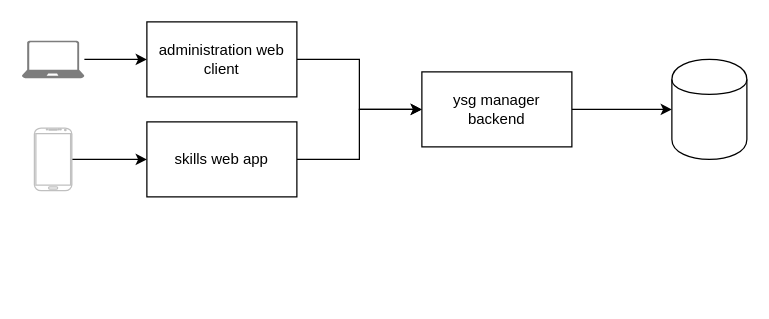
Above: documentation/ysg-manager_system-context-diagram.drawio in lukas99/ysg-manager (draw.io), before the change. Source tidied: cells renumbered, new cells numbered last; positions are measured from the earlier drawing's top-left corner, leaving out a move shared by most shapes. Both pictures are drawn from the tidied source at 125%, with x=0, y=0 at pixel (21, 21).
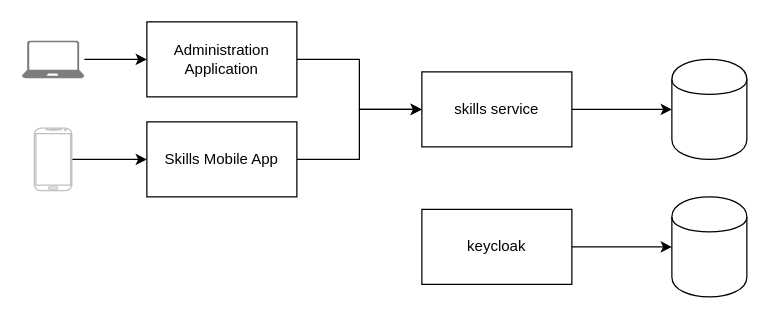
After the change.

Commit message (it also covers changes not shown here):
update system context diagram and add jpg file

The edit, as a diff of the source:
```diff
@@
 <mxGraphModel>
   <root>
     <mxCell id="0" />
     <mxCell id="1" parent="0" />
     <mxCell id="2" style="edgeStyle=orthogonalEdgeStyle;rounded=0;jettySize=auto;html=1;" parent="1" edge="1" source="3" target="8">
       <mxGeometry relative="1" as="geometry" />
     </mxCell>
-    <mxCell id="3" value="ysg manager backend" style="rounded=0;whiteSpace=wrap;html=1;" parent="1" vertex="1">
+    <mxCell id="3" value="skills service&lt;br&gt;" style="rounded=0;whiteSpace=wrap;html=1;" parent="1" vertex="1">
       <mxGeometry x="320" y="40" width="120" height="60" as="geometry" />
     </mxCell>
     <mxCell id="4" style="edgeStyle=orthogonalEdgeStyle;rounded=0;jettySize=auto;html=1;" parent="1" edge="1" source="5" target="3">
       <mxGeometry relative="1" as="geometry" />
     </mxCell>
-    <mxCell id="5" value="administration web client&lt;br&gt;" style="rounded=0;whiteSpace=wrap;html=1;" parent="1" vertex="1">
+    <mxCell id="5" value="Administration Application&lt;br&gt;" style="rounded=0;whiteSpace=wrap;html=1;" parent="1" vertex="1">
       <mxGeometry x="100" width="120" height="60" as="geometry" />
     </mxCell>
     <mxCell id="6" style="edgeStyle=orthogonalEdgeStyle;rounded=0;jettySize=auto;html=1;" parent="1" edge="1" source="7" target="3">
       <mxGeometry relative="1" as="geometry" />
     </mxCell>
-    <mxCell id="7" value="skills web app" style="rounded=0;whiteSpace=wrap;html=1;" parent="1" vertex="1">
+    <mxCell id="7" value="Skills Mobile App" style="rounded=0;whiteSpace=wrap;html=1;" parent="1" vertex="1">
       <mxGeometry x="100" y="80" width="120" height="60" as="geometry" />
     </mxCell>
     <mxCell id="8" style="shape=cylinder;whiteSpace=wrap;html=1;boundedLbl=1;backgroundOutline=1;" parent="1" vertex="1">
       <mxGeometry x="520" y="30" width="60" height="80" as="geometry" />
     </mxCell>
     <mxCell id="9" style="edgeStyle=orthogonalEdgeStyle;rounded=0;jettySize=auto;html=1;" parent="1" edge="1" source="10" target="7">
       <mxGeometry relative="1" as="geometry" />
     </mxCell>
     <mxCell id="10" style="verticalLabelPosition=bottom;verticalAlign=top;html=1;shadow=0;dashed=0;strokeWidth=1;shape=mxgraph.android.phone2;fillColor=#ffffff;strokeColor=#c0c0c0;" parent="1" vertex="1">
       <mxGeometry x="10" y="85" width="30" height="50" as="geometry" />
     </mxCell>
     <mxCell id="11" style="edgeStyle=orthogonalEdgeStyle;rounded=0;jettySize=auto;html=1;" parent="1" edge="1" source="12" target="5">
       <mxGeometry relative="1" as="geometry" />
     </mxCell>
     <mxCell id="12" style="shadow=0;dashed=0;html=1;strokeColor=none;labelPosition=center;verticalLabelPosition=bottom;verticalAlign=top;align=center;shape=mxgraph.azure.laptop;fillColor=#7D7D7D;" parent="1" vertex="1">
       <mxGeometry y="15" width="50" height="30" as="geometry" />
     </mxCell>
+    <mxCell id="13" style="edgeStyle=orthogonalEdgeStyle;rounded=0;jettySize=auto;html=1;" parent="1" edge="1" source="14" target="15">
+      <mxGeometry relative="1" as="geometry" />
+    </mxCell>
+    <mxCell id="14" value="keycloak" style="rounded=0;whiteSpace=wrap;html=1;" parent="1" vertex="1">
+      <mxGeometry x="320" y="150" width="120" height="60" as="geometry" />
+    </mxCell>
+    <mxCell id="15" style="shape=cylinder;whiteSpace=wrap;html=1;boundedLbl=1;backgroundOutline=1;" parent="1" vertex="1">
+      <mxGeometry x="520" y="140" width="60" height="80" as="geometry" />
+    </mxCell>
   </root>
 </mxGraphModel>
```
